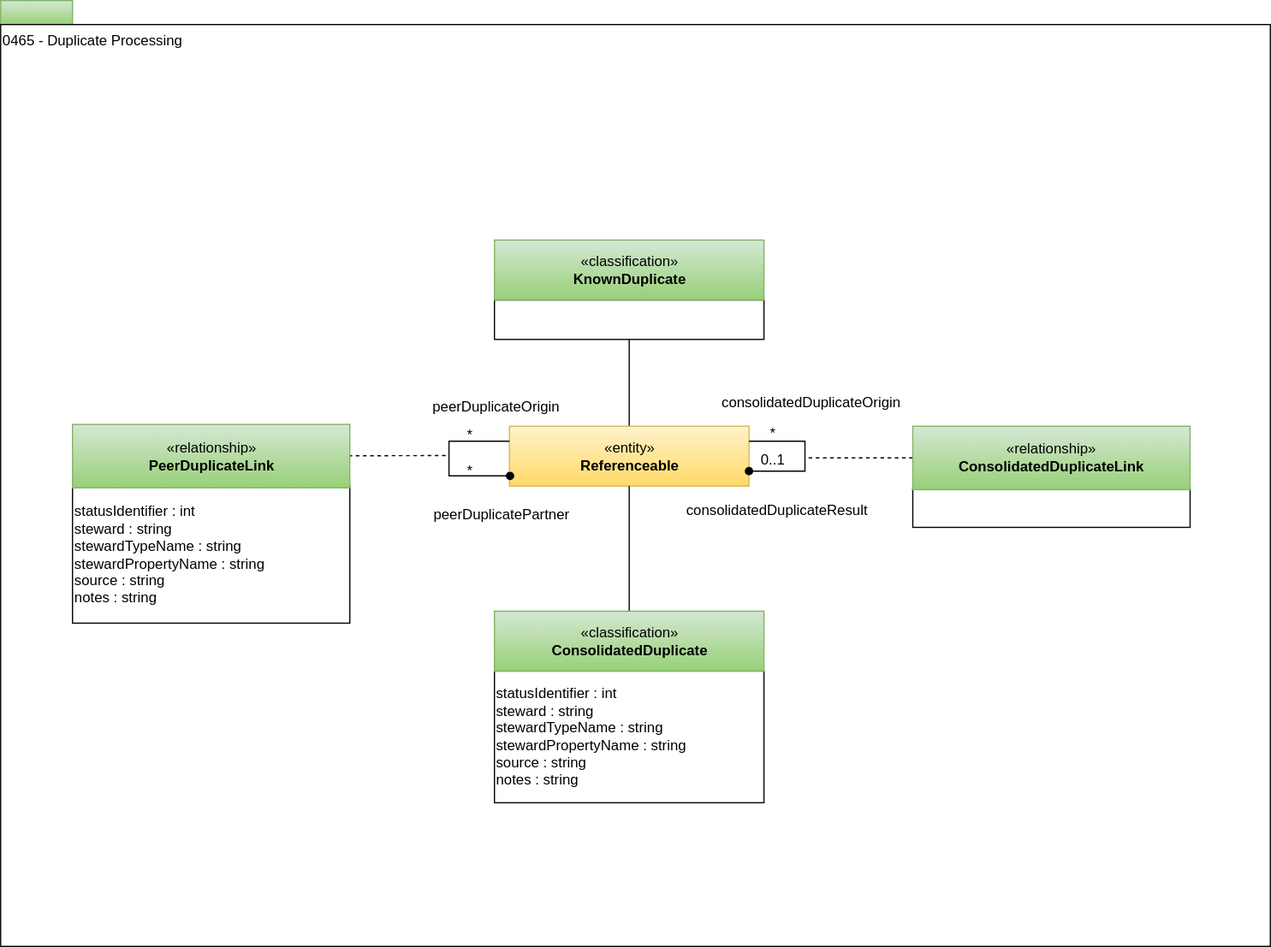
The draw.io diagram site/docs/types/4/0465-Duplicate-Processing.svg in odpi/egeria-docs, before a commit. Source tidied: cells renumbered, new cells last; positions are measured from the earlier drawing's top-left corner, leaving out a move shared by most shapes.
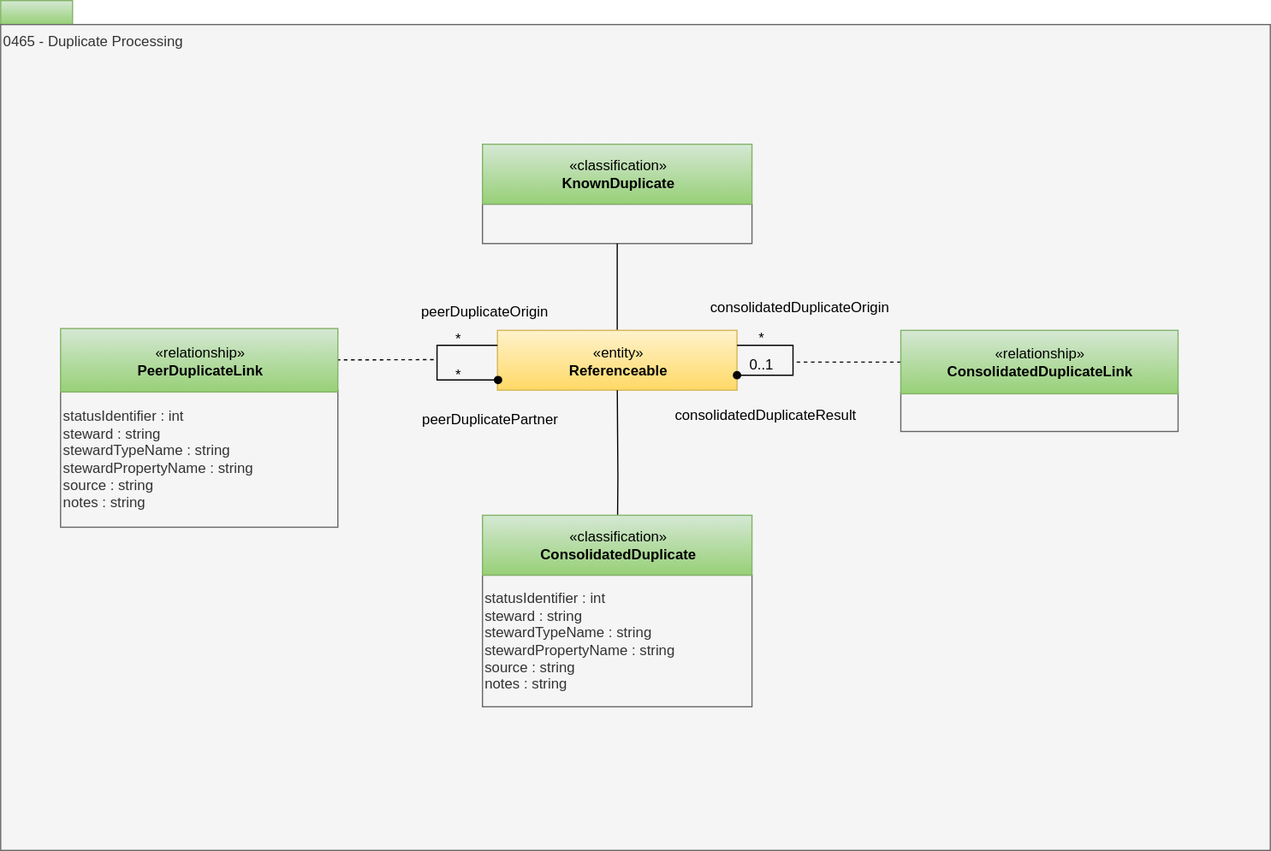
Above is the later version.

What changed in the source:
```diff
@@ -3,12 +3,12 @@
     <mxCell id="0" />
     <mxCell id="1" parent="0" />
     <mxCell id="2" style="rounded=0;whiteSpace=wrap;html=1;align=left;fillColor=#d5e8d4;strokeColor=#82b366;gradientColor=#97d077;" parent="1" vertex="1">
-      <mxGeometry width="60" height="20" as="geometry" />
+      <mxGeometry x="10" y="80" width="60" height="20" as="geometry" />
     </mxCell>
-    <mxCell id="3" value="0465 - Duplicate Processing" style="rounded=0;html=1;align=left;verticalAlign=top;" parent="1" vertex="1">
-      <mxGeometry y="20" width="1060" height="770" as="geometry" />
+    <mxCell id="3" value="0465 - Duplicate Processing" style="rounded=0;html=1;align=left;verticalAlign=top;fillColor=#f5f5f5;fontColor=#333333;strokeColor=#666666;" parent="1" vertex="1">
+      <mxGeometry x="10" y="100" width="1060" height="690" as="geometry" />
     </mxCell>
-    <mxCell id="4" value="&lt;span&gt;&lt;br&gt;&lt;/span&gt;" style="rounded=0;whiteSpace=wrap;html=1;strokeColor=#000000;gradientColor=#ffffff;align=left;" parent="1" vertex="1">
+    <mxCell id="4" value="&lt;span&gt;&lt;br&gt;&lt;/span&gt;" style="rounded=0;whiteSpace=wrap;html=1;strokeColor=#666666;align=left;fillColor=#f5f5f5;fontColor=#333333;" parent="1" vertex="1">
       <mxGeometry x="412.2" y="250" width="225" height="33" as="geometry" />
     </mxCell>
     <mxCell id="5" value="«classification»&lt;br&gt;&lt;span style=&quot;color: rgba(0 , 0 , 0 , 0) ; font-family: monospace ; font-size: 0px&quot;&gt;%3CmxGraphModel%3E%3Croot%3E%3CmxCell%20id%3D%220%22%2F%3E%3CmxCell%20id%3D%221%22%20parent%3D%220%22%2F%3E%3CmxCell%20id%3D%222%22%20style%3D%22edgeStyle%3DorthogonalEdgeStyle%3Brounded%3D0%3Bhtml%3D1%3BexitX%3D1%3BexitY%3D0.5%3BexitDx%3D0%3BexitDy%3D0%3BentryX%3D0%3BentryY%3D0.5%3BentryDx%3D0%3BentryDy%3D0%3BjettySize%3Dauto%3BorthogonalLoop%3D1%3BendArrow%3Dnone%3BendFill%3D0%3B%22%20edge%3D%221%22%20source%3D%223%22%20parent%3D%221%22%3E%3CmxGeometry%20relative%3D%221%22%20as%3D%22geometry%22%3E%3CmxPoint%20x%3D%22684%22%20y%3D%22384.5%22%20as%3D%22targetPoint%22%2F%3E%3C%2FmxGeometry%3E%3C%2FmxCell%3E%3CmxCell%20id%3D%223%22%20value%3D%22%C2%ABentity%C2%BB%26lt%3Bbr%26gt%3B%26lt%3Bb%26gt%3BRequestForAction%26lt%3B%2Fb%26gt%3B%22%20style%3D%22html%3D1%3BstrokeColor%3D%23d79b00%3Balign%3Dcenter%3BfillColor%3D%23ffcd28%3BgradientColor%3D%23ffa500%3B%22%20vertex%3D%221%22%20parent%3D%221%22%3E%3CmxGeometry%20x%3D%2291%22%20y%3D%22379%22%20width%3D%22249%22%20height%3D%2250%22%20as%3D%22geometry%22%2F%3E%3C%2FmxCell%3E%3CmxCell%20id%3D%224%22%20value%3D%22%26lt%3Bspan%26gt%3BdiscoveryActivity%20%3A%20string%26lt%3Bbr%26gt%3B%26lt%3B%2Fspan%26gt%3B%26lt%3Bspan%26gt%3BactionRequested%20%3A%20string%26lt%3B%2Fspan%26gt%3B%26lt%3Bbr%26gt%3B%26lt%3Bspan%26gt%3BactionProperties%20%3A%20map%26amp%3Blt%3Bstring%2C%20string%26amp%3Bgt%3B%26lt%3Bbr%26gt%3B%26lt%3B%2Fspan%26gt%3B%22%20style%3D%22rounded%3D0%3BwhiteSpace%3Dwrap%3Bhtml%3D1%3BstrokeColor%3D%23000000%3BgradientColor%3D%23ffffff%3Balign%3Dleft%3B%22%20vertex%3D%221%22%20parent%3D%221%22%3E%3CmxGeometry%20x%3D%2292%22%20y%3D%22429%22%20width%3D%22247%22%20height%3D%2259%22%20as%3D%22geometry%22%2F%3E%3C%2FmxCell%3E%3CmxCell%20id%3D%225%22%20value%3D%22%22%20style%3D%22edgeStyle%3DorthogonalEdgeStyle%3Brounded%3D0%3Bhtml%3D1%3BendArrow%3Dnone%3BendFill%3D0%3BjettySize%3Dauto%3BorthogonalLoop%3D1%3BexitX%3D0%3BexitY%3D0.5%3B%22%20edge%3D%221%22%20source%3D%227%22%20target%3D%223%22%20parent%3D%221%22%3E%3CmxGeometry%20relative%3D%221%22%20as%3D%22geometry%22%2F%3E%3C%2FmxCell%3E%3CmxCell%20id%3D%226%22%20value%3D%22%C2%ABentity%C2%BB%26lt%3Bbr%26gt%3B%26lt%3Bb%26gt%3BDataFieldAnnotation%26lt%3B%2Fb%26gt%3B%22%20style%3D%22html%3D1%3BstrokeColor%3D%23d79b00%3Balign%3Dcenter%3BfillColor%3D%23ffcd28%3BgradientColor%3D%23ffa500%3B%22%20vertex%3D%221%22%20parent%3D%221%22%3E%3CmxGeometry%20x%3D%22136.5%22%20y%3D%22257.5%22%20width%3D%22160%22%20height%3D%2250%22%20as%3D%22geometry%22%2F%3E%3C%2FmxCell%3E%3CmxCell%20id%3D%227%22%20value%3D%22%22%20style%3D%22triangle%3BwhiteSpace%3Dwrap%3Bhtml%3D1%3BstrokeColor%3D%23000000%3BgradientColor%3D%23ffffff%3Balign%3Dcenter%3Brotation%3D-90%3B%22%20vertex%3D%221%22%20parent%3D%221%22%3E%3CmxGeometry%20x%3D%22207.5%22%20y%3D%22305.5%22%20width%3D%2217%22%20height%3D%2221%22%20as%3D%22geometry%22%2F%3E%3C%2FmxCell%3E%3CmxCell%20id%3D%228%22%20value%3D%22%22%20style%3D%22endArrow%3Dnone%3Bdashed%3D1%3Bhtml%3D1%3BentryX%3D1%3BentryY%3D0.5%3BentryDx%3D0%3BentryDy%3D0%3B%22%20edge%3D%221%22%20parent%3D%221%22%3E%3CmxGeometry%20width%3D%2250%22%20height%3D%2250%22%20relative%3D%221%22%20as%3D%22geometry%22%3E%3CmxPoint%20x%3D%22638%22%20y%3D%22234%22%20as%3D%22sourcePoint%22%2F%3E%3CmxPoint%20x%3D%22567.5%22%20y%3D%22234%22%20as%3D%22targetPoint%22%2F%3E%3C%2FmxGeometry%3E%3C%2FmxCell%3E%3CmxCell%20id%3D%229%22%20value%3D%22*%22%20style%3D%22text%3Bhtml%3D1%3BstrokeColor%3Dnone%3BfillColor%3Dnone%3Balign%3Dcenter%3BverticalAlign%3Dmiddle%3BwhiteSpace%3Dwrap%3Brounded%3D0%3B%22%20vertex%3D%221%22%20parent%3D%221%22%3E%3CmxGeometry%20x%3D%22636.5%22%20y%3D%22325.5%22%20width%3D%2240%22%20height%3D%2220%22%20as%3D%22geometry%22%2F%3E%3C%2FmxCell%3E%3CmxCell%20id%3D%2210%22%20value%3D%22identifiedActions%22%20style%3D%22text%3Bhtml%3D1%3BstrokeColor%3Dnone%3BfillColor%3Dnone%3Balign%3Dcenter%3BverticalAlign%3Dmiddle%3BwhiteSpace%3Dwrap%3Brounded%3D0%3B%22%20vertex%3D%221%22%20parent%3D%221%22%3E%3CmxGeometry%20x%3D%22543%22%20y%3D%22325.5%22%20width%3D%22104%22%20height%3D%2220%22%20as%3D%22geometry%22%2F%3E%3C%2FmxCell%3E%3CmxCell%20id%3D%2211%22%20value%3D%22discoveryActivity%22%20style%3D%22text%3Bhtml%3D1%3BstrokeColor%3Dnone%3BfillColor%3Dnone%3Balign%3Dcenter%3BverticalAlign%3Dmiddle%3BwhiteSpace%3Dwrap%3Brounded%3D0%3B%22%20vertex%3D%221%22%20parent%3D%221%22%3E%3CmxGeometry%20x%3D%22341.5%22%20y%3D%22381.5%22%20width%3D%22106%22%20height%3D%2220%22%20as%3D%22geometry%22%2F%3E%3C%2FmxCell%3E%3CmxCell%20id%3D%2212%22%20value%3D%22requestForAction%22%20style%3D%22text%3Bhtml%3D1%3BstrokeColor%3Dnone%3BfillColor%3Dnone%3Balign%3Dcenter%3BverticalAlign%3Dmiddle%3BwhiteSpace%3Dwrap%3Brounded%3D0%3B%22%20vertex%3D%221%22%20parent%3D%221%22%3E%3CmxGeometry%20x%3D%22571%22%20y%3D%22384%22%20width%3D%22113%22%20height%3D%2220%22%20as%3D%22geometry%22%2F%3E%3C%2FmxCell%3E%3CmxCell%20id%3D%2213%22%20value%3D%22%C2%ABrelationship%C2%BB%26lt%3Bbr%26gt%3B%26lt%3Bb%26gt%3BDiscoveryActivity%26lt%3B%2Fb%26gt%3B%22%20style%3D%22html%3D1%3BstrokeColor%3D%23d79b00%3Balign%3Dcenter%3BfillColor%3D%23ffcd28%3BgradientColor%3D%23ffa500%3B%22%20vertex%3D%221%22%20parent%3D%221%22%3E%3CmxGeometry%20x%3D%22393.5%22%20y%3D%22486%22%20width%3D%22206%22%20height%3D%2253%22%20as%3D%22geometry%22%2F%3E%3C%2FmxCell%3E%3CmxCell%20id%3D%2214%22%20value%3D%22%22%20style%3D%22endArrow%3Dnone%3Bdashed%3D1%3Bhtml%3D1%3B%22%20edge%3D%221%22%20target%3D%2213%22%20parent%3D%221%22%3E%3CmxGeometry%20width%3D%2250%22%20height%3D%2250%22%20relative%3D%221%22%20as%3D%22geometry%22%3E%3CmxPoint%20x%3D%22496%22%20y%3D%22407%22%20as%3D%22sourcePoint%22%2F%3E%3CmxPoint%20x%3D%22543.5%22%20y%3D%22515%22%20as%3D%22targetPoint%22%2F%3E%3C%2FmxGeometry%3E%3C%2FmxCell%3E%3CmxCell%20id%3D%2215%22%20value%3D%22description%20%3A%20string%22%20style%3D%22rounded%3D0%3BwhiteSpace%3Dwrap%3Bhtml%3D1%3BstrokeColor%3D%23000000%3BgradientColor%3D%23ffffff%3Balign%3Dleft%3B%22%20vertex%3D%221%22%20parent%3D%221%22%3E%3CmxGeometry%20x%3D%22393.5%22%20y%3D%22538.5%22%20width%3D%22206%22%20height%3D%2231%22%20as%3D%22geometry%22%2F%3E%3C%2FmxCell%3E%3CmxCell%20id%3D%2216%22%20value%3D%22*%22%20style%3D%22text%3Bhtml%3D1%3BstrokeColor%3Dnone%3BfillColor%3Dnone%3Balign%3Dcenter%3BverticalAlign%3Dmiddle%3BwhiteSpace%3Dwrap%3Brounded%3D0%3B%22%20vertex%3D%221%22%20parent%3D%221%22%3E%3CmxGeometry%20x%3D%22643.5%22%20y%3D%22361.5%22%20width%3D%2240%22%20height%3D%2220%22%20as%3D%22geometry%22%2F%3E%3C%2FmxCell%3E%3CmxCell%20id%3D%2217%22%20value%3D%22*%22%20style%3D%22text%3Bhtml%3D1%3BstrokeColor%3Dnone%3BfillColor%3Dnone%3Balign%3Dcenter%3BverticalAlign%3Dmiddle%3BwhiteSpace%3Dwrap%3Brounded%3D0%3B%22%20vertex%3D%221%22%20parent%3D%221%22%3E%3CmxGeometry%20x%3D%22341.5%22%20y%3D%22405%22%20width%3D%2240%22%20height%3D%2220%22%20as%3D%22geometry%22%2F%3E%3C%2FmxCell%3E%3C%2Froot%3E%3C%2FmxGraphModel%3E&lt;/span&gt;&lt;b&gt;KnownDuplicate&lt;/b&gt;" style="html=1;strokeColor=#82b366;align=center;fillColor=#d5e8d4;gradientColor=#97d077;" parent="1" vertex="1">
@@ -28,7 +28,7 @@
         <mxPoint x="371.5" y="380" as="sourcePoint" />
       </mxGeometry>
     </mxCell>
-    <mxCell id="10" value="statusIdentifier : int&lt;br&gt;steward : string&lt;br&gt;stewardTypeName : string&lt;br&gt;stewardPropertyName : string&lt;br&gt;source : string&lt;br&gt;notes : string" style="rounded=0;whiteSpace=wrap;html=1;strokeColor=#000000;gradientColor=#ffffff;align=left;" parent="1" vertex="1">
+    <mxCell id="10" value="statusIdentifier : int&lt;br&gt;steward : string&lt;br&gt;stewardTypeName : string&lt;br&gt;stewardPropertyName : string&lt;br&gt;source : string&lt;br&gt;notes : string" style="rounded=0;whiteSpace=wrap;html=1;strokeColor=#666666;align=left;fillColor=#f5f5f5;fontColor=#333333;" parent="1" vertex="1">
       <mxGeometry x="60" y="405.5" width="231.5" height="114.5" as="geometry" />
     </mxCell>
     <mxCell id="11" value="*" style="text;html=1;strokeColor=none;fillColor=none;align=center;verticalAlign=middle;whiteSpace=wrap;rounded=0;" parent="1" vertex="1">
@@ -43,7 +43,7 @@
     <mxCell id="14" value="«entity»&lt;br&gt;&lt;b&gt;Referenceable&lt;/b&gt;" style="html=1;strokeColor=#d6b656;align=center;fillColor=#fff2cc;gradientColor=#ffd966;" parent="1" vertex="1">
       <mxGeometry x="424.8" y="355.5" width="200" height="50" as="geometry" />
     </mxCell>
-    <mxCell id="15" style="rounded=0;whiteSpace=wrap;html=1;strokeColor=#000000;gradientColor=#ffffff;align=left;" parent="1" vertex="1">
+    <mxCell id="15" style="rounded=0;whiteSpace=wrap;html=1;strokeColor=#666666;align=left;fillColor=#f5f5f5;fontColor=#333333;" parent="1" vertex="1">
       <mxGeometry x="761.5" y="407" width="231.5" height="33" as="geometry" />
     </mxCell>
     <mxCell id="16" style="edgeStyle=orthogonalEdgeStyle;rounded=0;jettySize=auto;html=1;endArrow=none;endFill=0;dashed=1;" parent="1" edge="1" source="17">
@@ -79,7 +79,7 @@
         <mxPoint x="524.8" y="550" as="sourcePoint" />
       </mxGeometry>
     </mxCell>
-    <mxCell id="24" value="statusIdentifier : int&lt;br&gt;steward : string&lt;br&gt;stewardTypeName : string&lt;br&gt;stewardPropertyName : string&lt;br&gt;source : string&lt;br&gt;notes : string&lt;span&gt;&lt;br&gt;&lt;/span&gt;" style="rounded=0;whiteSpace=wrap;html=1;strokeColor=#000000;gradientColor=#ffffff;align=left;" parent="1" vertex="1">
+    <mxCell id="24" value="statusIdentifier : int&lt;br&gt;steward : string&lt;br&gt;stewardTypeName : string&lt;br&gt;stewardPropertyName : string&lt;br&gt;source : string&lt;br&gt;notes : string&lt;span&gt;&lt;br&gt;&lt;/span&gt;" style="rounded=0;whiteSpace=wrap;html=1;strokeColor=#666666;align=left;fillColor=#f5f5f5;fontColor=#333333;" parent="1" vertex="1">
       <mxGeometry x="412.2" y="560" width="225" height="110" as="geometry" />
     </mxCell>
     <mxCell id="25" value="«classification»&lt;br&gt;&lt;span style=&quot;color: rgba(0 , 0 , 0 , 0) ; font-family: monospace ; font-size: 0px&quot;&gt;%3CmxGraphModel%3E%3Croot%3E%3CmxCell%20id%3D%220%22%2F%3E%3CmxCell%20id%3D%221%22%20parent%3D%220%22%2F%3E%3CmxCell%20id%3D%222%22%20style%3D%22edgeStyle%3DorthogonalEdgeStyle%3Brounded%3D0%3Bhtml%3D1%3BexitX%3D1%3BexitY%3D0.5%3BexitDx%3D0%3BexitDy%3D0%3BentryX%3D0%3BentryY%3D0.5%3BentryDx%3D0%3BentryDy%3D0%3BjettySize%3Dauto%3BorthogonalLoop%3D1%3BendArrow%3Dnone%3BendFill%3D0%3B%22%20edge%3D%221%22%20source%3D%223%22%20parent%3D%221%22%3E%3CmxGeometry%20relative%3D%221%22%20as%3D%22geometry%22%3E%3CmxPoint%20x%3D%22684%22%20y%3D%22384.5%22%20as%3D%22targetPoint%22%2F%3E%3C%2FmxGeometry%3E%3C%2FmxCell%3E%3CmxCell%20id%3D%223%22%20value%3D%22%C2%ABentity%C2%BB%26lt%3Bbr%26gt%3B%26lt%3Bb%26gt%3BRequestForAction%26lt%3B%2Fb%26gt%3B%22%20style%3D%22html%3D1%3BstrokeColor%3D%23d79b00%3Balign%3Dcenter%3BfillColor%3D%23ffcd28%3BgradientColor%3D%23ffa500%3B%22%20vertex%3D%221%22%20parent%3D%221%22%3E%3CmxGeometry%20x%3D%2291%22%20y%3D%22379%22%20width%3D%22249%22%20height%3D%2250%22%20as%3D%22geometry%22%2F%3E%3C%2FmxCell%3E%3CmxCell%20id%3D%224%22%20value%3D%22%26lt%3Bspan%26gt%3BdiscoveryActivity%20%3A%20string%26lt%3Bbr%26gt%3B%26lt%3B%2Fspan%26gt%3B%26lt%3Bspan%26gt%3BactionRequested%20%3A%20string%26lt%3B%2Fspan%26gt%3B%26lt%3Bbr%26gt%3B%26lt%3Bspan%26gt%3BactionProperties%20%3A%20map%26amp%3Blt%3Bstring%2C%20string%26amp%3Bgt%3B%26lt%3Bbr%26gt%3B%26lt%3B%2Fspan%26gt%3B%22%20style%3D%22rounded%3D0%3BwhiteSpace%3Dwrap%3Bhtml%3D1%3BstrokeColor%3D%23000000%3BgradientColor%3D%23ffffff%3Balign%3Dleft%3B%22%20vertex%3D%221%22%20parent%3D%221%22%3E%3CmxGeometry%20x%3D%2292%22%20y%3D%22429%22%20width%3D%22247%22%20height%3D%2259%22%20as%3D%22geometry%22%2F%3E%3C%2FmxCell%3E%3CmxCell%20id%3D%225%22%20value%3D%22%22%20style%3D%22edgeStyle%3DorthogonalEdgeStyle%3Brounded%3D0%3Bhtml%3D1%3BendArrow%3Dnone%3BendFill%3D0%3BjettySize%3Dauto%3BorthogonalLoop%3D1%3BexitX%3D0%3BexitY%3D0.5%3B%22%20edge%3D%221%22%20source%3D%227%22%20target%3D%223%22%20parent%3D%221%22%3E%3CmxGeometry%20relative%3D%221%22%20as%3D%22geometry%22%2F%3E%3C%2FmxCell%3E%3CmxCell%20id%3D%226%22%20value%3D%22%C2%ABentity%C2%BB%26lt%3Bbr%26gt%3B%26lt%3Bb%26gt%3BDataFieldAnnotation%26lt%3B%2Fb%26gt%3B%22%20style%3D%22html%3D1%3BstrokeColor%3D%23d79b00%3Balign%3Dcenter%3BfillColor%3D%23ffcd28%3BgradientColor%3D%23ffa500%3B%22%20vertex%3D%221%22%20parent%3D%221%22%3E%3CmxGeometry%20x%3D%22136.5%22%20y%3D%22257.5%22%20width%3D%22160%22%20height%3D%2250%22%20as%3D%22geometry%22%2F%3E%3C%2FmxCell%3E%3CmxCell%20id%3D%227%22%20value%3D%22%22%20style%3D%22triangle%3BwhiteSpace%3Dwrap%3Bhtml%3D1%3BstrokeColor%3D%23000000%3BgradientColor%3D%23ffffff%3Balign%3Dcenter%3Brotation%3D-90%3B%22%20vertex%3D%221%22%20parent%3D%221%22%3E%3CmxGeometry%20x%3D%22207.5%22%20y%3D%22305.5%22%20width%3D%2217%22%20height%3D%2221%22%20as%3D%22geometry%22%2F%3E%3C%2FmxCell%3E%3CmxCell%20id%3D%228%22%20value%3D%22%22%20style%3D%22endArrow%3Dnone%3Bdashed%3D1%3Bhtml%3D1%3BentryX%3D1%3BentryY%3D0.5%3BentryDx%3D0%3BentryDy%3D0%3B%22%20edge%3D%221%22%20parent%3D%221%22%3E%3CmxGeometry%20width%3D%2250%22%20height%3D%2250%22%20relative%3D%221%22%20as%3D%22geometry%22%3E%3CmxPoint%20x%3D%22638%22%20y%3D%22234%22%20as%3D%22sourcePoint%22%2F%3E%3CmxPoint%20x%3D%22567.5%22%20y%3D%22234%22%20as%3D%22targetPoint%22%2F%3E%3C%2FmxGeometry%3E%3C%2FmxCell%3E%3CmxCell%20id%3D%229%22%20value%3D%22*%22%20style%3D%22text%3Bhtml%3D1%3BstrokeColor%3Dnone%3BfillColor%3Dnone%3Balign%3Dcenter%3BverticalAlign%3Dmiddle%3BwhiteSpace%3Dwrap%3Brounded%3D0%3B%22%20vertex%3D%221%22%20parent%3D%221%22%3E%3CmxGeometry%20x%3D%22636.5%22%20y%3D%22325.5%22%20width%3D%2240%22%20height%3D%2220%22%20as%3D%22geometry%22%2F%3E%3C%2FmxCell%3E%3CmxCell%20id%3D%2210%22%20value%3D%22identifiedActions%22%20style%3D%22text%3Bhtml%3D1%3BstrokeColor%3Dnone%3BfillColor%3Dnone%3Balign%3Dcenter%3BverticalAlign%3Dmiddle%3BwhiteSpace%3Dwrap%3Brounded%3D0%3B%22%20vertex%3D%221%22%20parent%3D%221%22%3E%3CmxGeometry%20x%3D%22543%22%20y%3D%22325.5%22%20width%3D%22104%22%20height%3D%2220%22%20as%3D%22geometry%22%2F%3E%3C%2FmxCell%3E%3CmxCell%20id%3D%2211%22%20value%3D%22discoveryActivity%22%20style%3D%22text%3Bhtml%3D1%3BstrokeColor%3Dnone%3BfillColor%3Dnone%3Balign%3Dcenter%3BverticalAlign%3Dmiddle%3BwhiteSpace%3Dwrap%3Brounded%3D0%3B%22%20vertex%3D%221%22%20parent%3D%221%22%3E%3CmxGeometry%20x%3D%22341.5%22%20y%3D%22381.5%22%20width%3D%22106%22%20height%3D%2220%22%20as%3D%22geometry%22%2F%3E%3C%2FmxCell%3E%3CmxCell%20id%3D%2212%22%20value%3D%22requestForAction%22%20style%3D%22text%3Bhtml%3D1%3BstrokeColor%3Dnone%3BfillColor%3Dnone%3Balign%3Dcenter%3BverticalAlign%3Dmiddle%3BwhiteSpace%3Dwrap%3Brounded%3D0%3B%22%20vertex%3D%221%22%20parent%3D%221%22%3E%3CmxGeometry%20x%3D%22571%22%20y%3D%22384%22%20width%3D%22113%22%20height%3D%2220%22%20as%3D%22geometry%22%2F%3E%3C%2FmxCell%3E%3CmxCell%20id%3D%2213%22%20value%3D%22%C2%ABrelationship%C2%BB%26lt%3Bbr%26gt%3B%26lt%3Bb%26gt%3BDiscoveryActivity%26lt%3B%2Fb%26gt%3B%22%20style%3D%22html%3D1%3BstrokeColor%3D%23d79b00%3Balign%3Dcenter%3BfillColor%3D%23ffcd28%3BgradientColor%3D%23ffa500%3B%22%20vertex%3D%221%22%20parent%3D%221%22%3E%3CmxGeometry%20x%3D%22393.5%22%20y%3D%22486%22%20width%3D%22206%22%20height%3D%2253%22%20as%3D%22geometry%22%2F%3E%3C%2FmxCell%3E%3CmxCell%20id%3D%2214%22%20value%3D%22%22%20style%3D%22endArrow%3Dnone%3Bdashed%3D1%3Bhtml%3D1%3B%22%20edge%3D%221%22%20target%3D%2213%22%20parent%3D%221%22%3E%3CmxGeometry%20width%3D%2250%22%20height%3D%2250%22%20relative%3D%221%22%20as%3D%22geometry%22%3E%3CmxPoint%20x%3D%22496%22%20y%3D%22407%22%20as%3D%22sourcePoint%22%2F%3E%3CmxPoint%20x%3D%22543.5%22%20y%3D%22515%22%20as%3D%22targetPoint%22%2F%3E%3C%2FmxGeometry%3E%3C%2FmxCell%3E%3CmxCell%20id%3D%2215%22%20value%3D%22description%20%3A%20string%22%20style%3D%22rounded%3D0%3BwhiteSpace%3Dwrap%3Bhtml%3D1%3BstrokeColor%3D%23000000%3BgradientColor%3D%23ffffff%3Balign%3Dleft%3B%22%20vertex%3D%221%22%20parent%3D%221%22%3E%3CmxGeometry%20x%3D%22393.5%22%20y%3D%22538.5%22%20width%3D%22206%22%20height%3D%2231%22%20as%3D%22geometry%22%2F%3E%3C%2FmxCell%3E%3CmxCell%20id%3D%2216%22%20value%3D%22*%22%20style%3D%22text%3Bhtml%3D1%3BstrokeColor%3Dnone%3BfillColor%3Dnone%3Balign%3Dcenter%3BverticalAlign%3Dmiddle%3BwhiteSpace%3Dwrap%3Brounded%3D0%3B%22%20vertex%3D%221%22%20parent%3D%221%22%3E%3CmxGeometry%20x%3D%22643.5%22%20y%3D%22361.5%22%20width%3D%2240%22%20height%3D%2220%22%20as%3D%22geometry%22%2F%3E%3C%2FmxCell%3E%3CmxCell%20id%3D%2217%22%20value%3D%22*%22%20style%3D%22text%3Bhtml%3D1%3BstrokeColor%3Dnone%3BfillColor%3Dnone%3Balign%3Dcenter%3BverticalAlign%3Dmiddle%3BwhiteSpace%3Dwrap%3Brounded%3D0%3B%22%20vertex%3D%221%22%20parent%3D%221%22%3E%3CmxGeometry%20x%3D%22341.5%22%20y%3D%22405%22%20width%3D%2240%22%20height%3D%2220%22%20as%3D%22geometry%22%2F%3E%3C%2FmxCell%3E%3C%2Froot%3E%3C%2FmxGraphModel%3EConsolidated&lt;/span&gt;&lt;b&gt;ConsolidatedDuplicate&lt;/b&gt;" style="html=1;strokeColor=#82b366;align=center;fillColor=#d5e8d4;gradientColor=#97d077;" parent="1" vertex="1">
```
